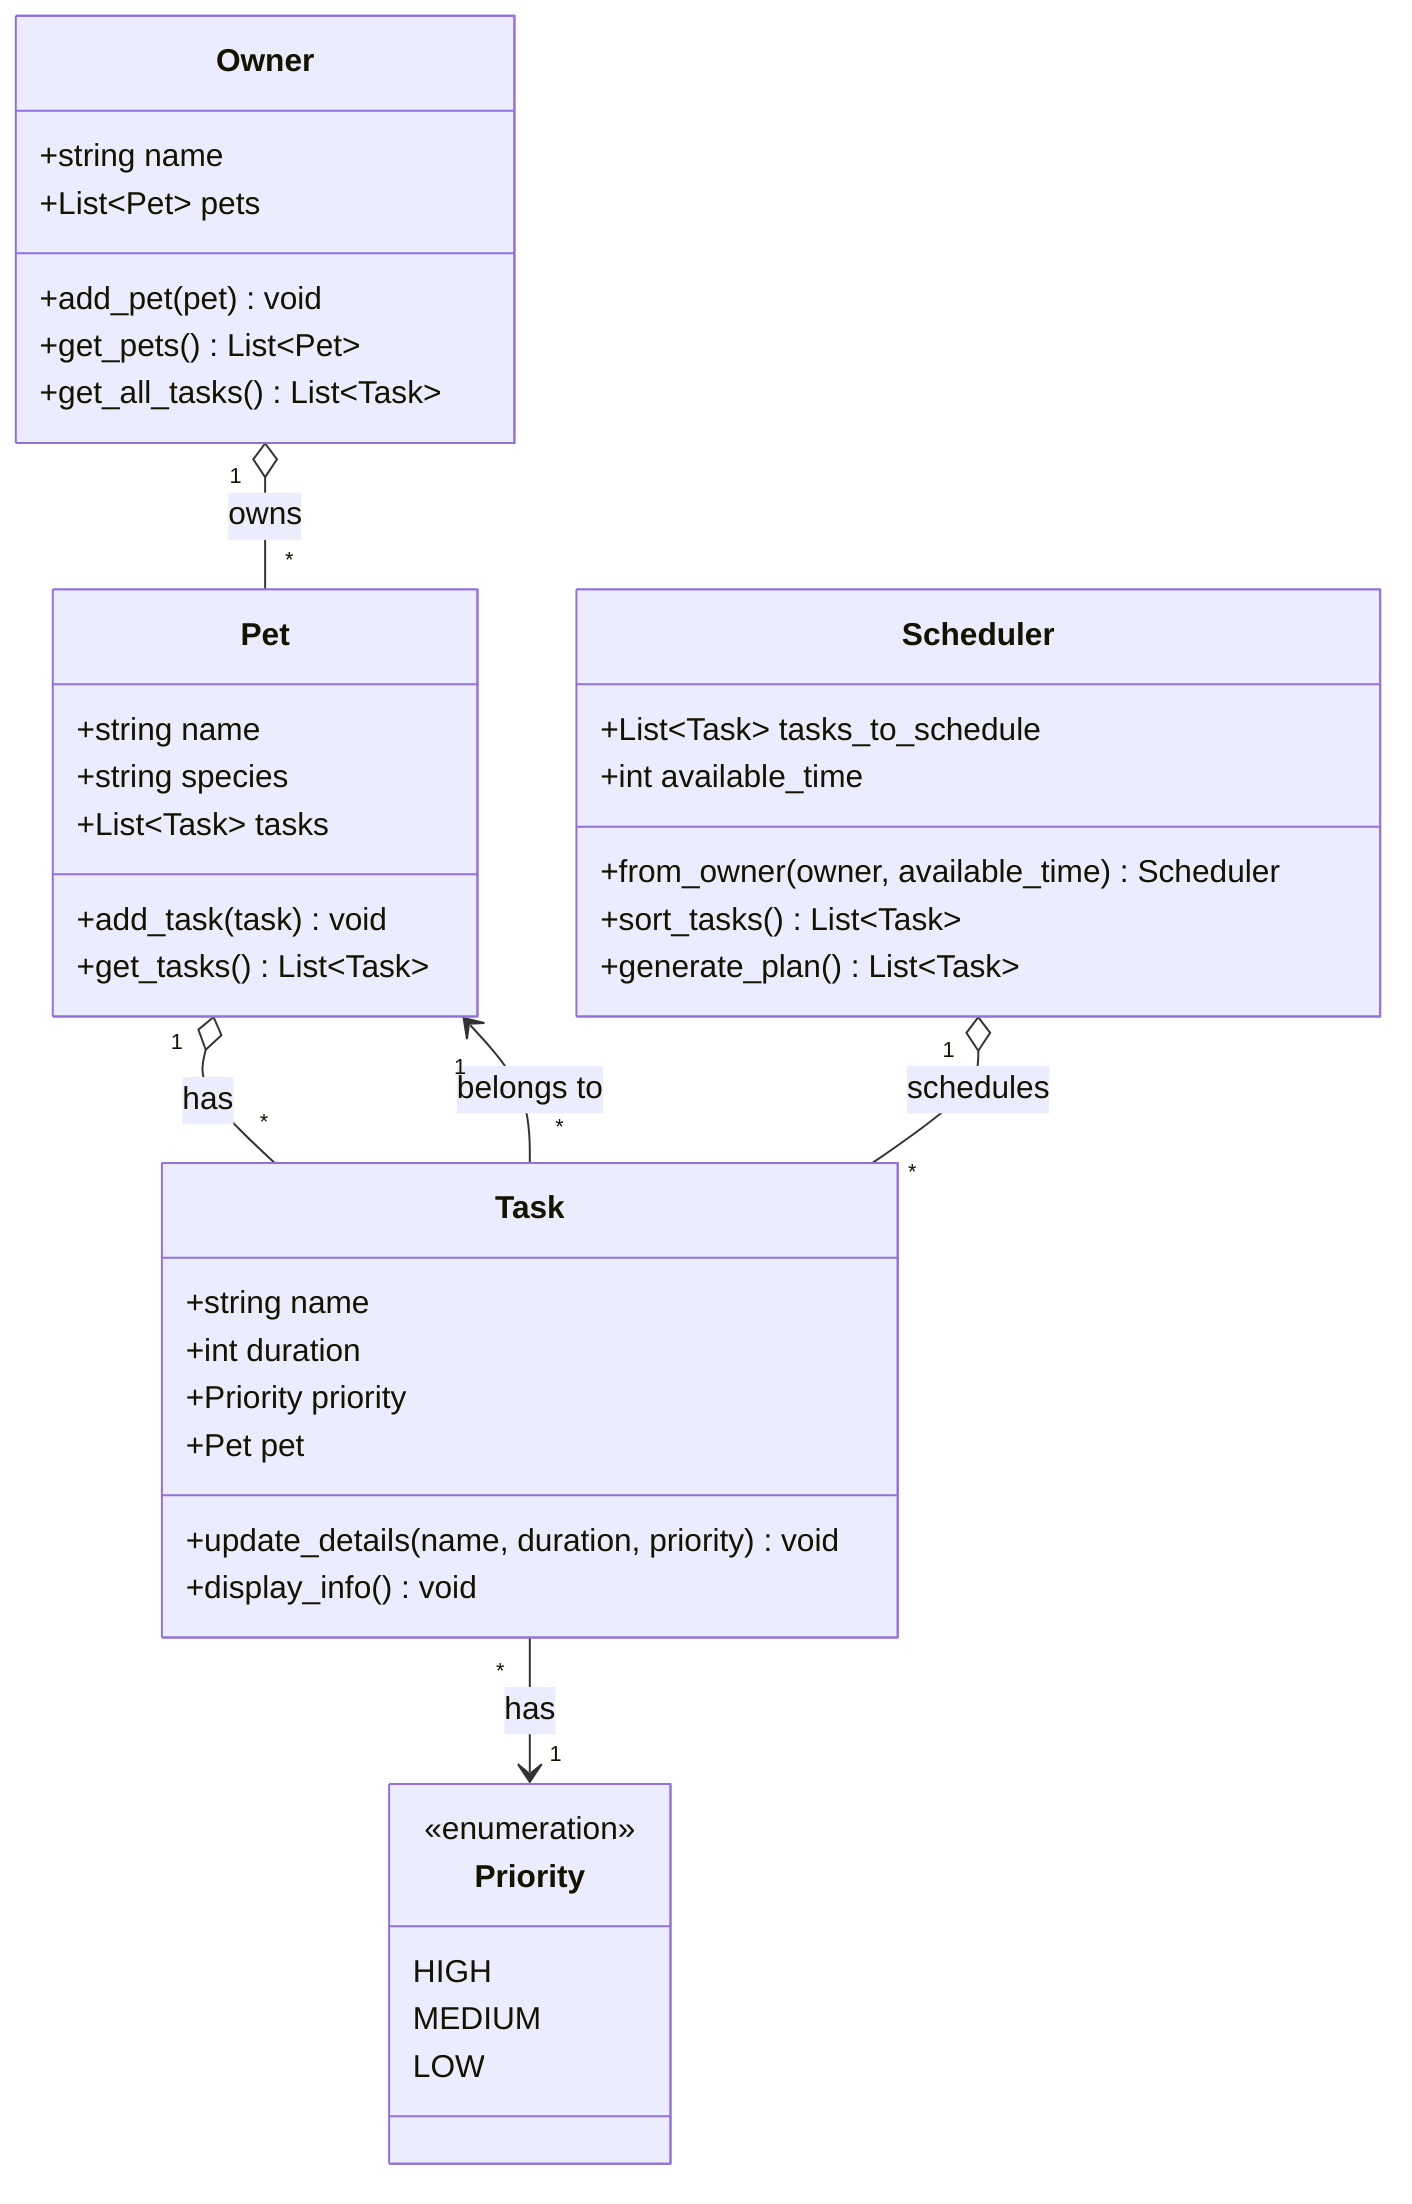
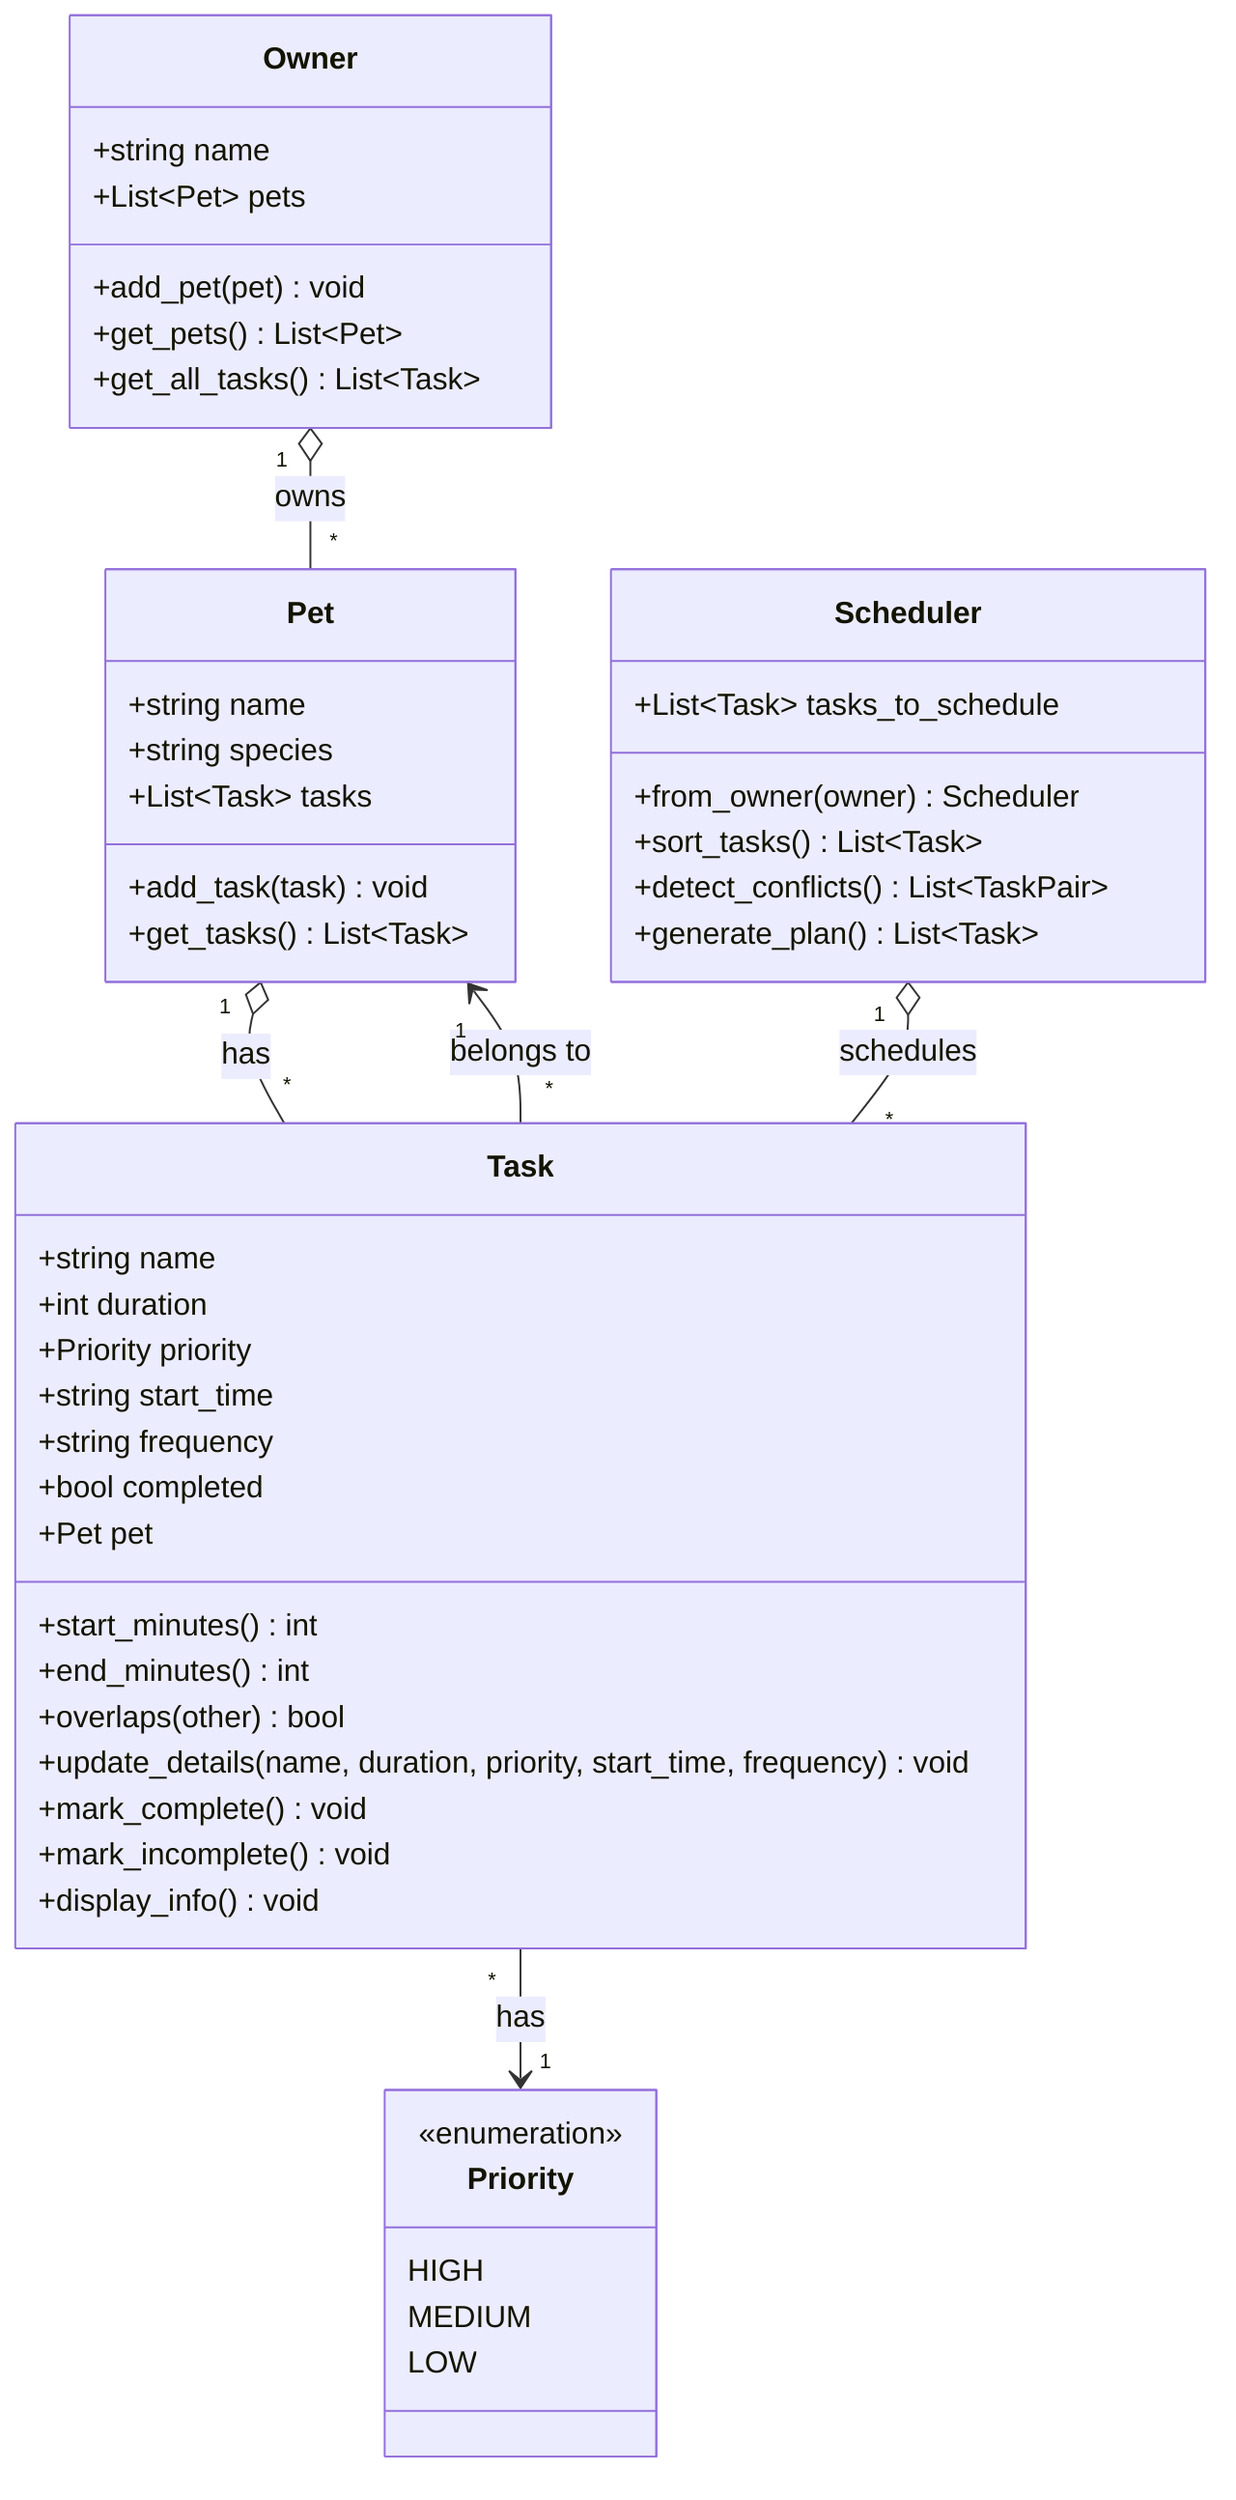
classDiagram
    class Owner {
        +string name
        +List~Pet~ pets
        +add_pet(pet) void
        +get_pets() List~Pet~
        +get_all_tasks() List~Task~
    }

    class Pet {
        +string name
        +string species
        +List~Task~ tasks
        +add_task(task) void
        +get_tasks() List~Task~
    }

    class Task {
        +string name
        +int duration
        +Priority priority
+         +string start_time
+         +string frequency
+         +bool completed
        +Pet pet
-         +update_details(name, duration, priority) void
+         +start_minutes() int
+         +end_minutes() int
+         +overlaps(other) bool
+         +update_details(name, duration, priority, start_time, frequency) void
+         +mark_complete() void
+         +mark_incomplete() void
        +display_info() void
    }

    class Priority {
        <<enumeration>>
        HIGH
        MEDIUM
        LOW
    }

    class Scheduler {
        +List~Task~ tasks_to_schedule
-         +int available_time
-         +from_owner(owner, available_time) Scheduler
+         +from_owner(owner) Scheduler
        +sort_tasks() List~Task~
+         +detect_conflicts() List~TaskPair~
        +generate_plan() List~Task~
    }

    Owner "1" o-- "*" Pet : owns
    Pet "1" o-- "*" Task : has
    Task "*" --> "1" Pet : belongs to
    Task "*" --> "1" Priority : has
    Scheduler "1" o-- "*" Task : schedules
